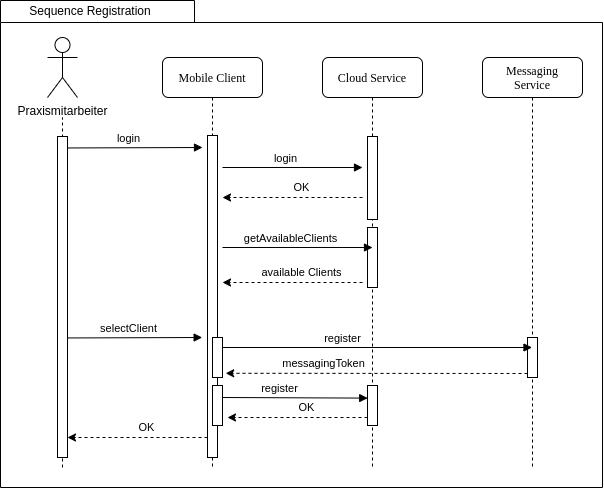
Before: src/graphics/diagramms/Sequence_Registration.png, a diagram exported from draw.io (jsvilling/IP6_Bachelorarbeit_Bericht_Cloudbasiertes_Praxisrufsystem). Source tidied: cells renumbered, new cells last; positions are measured from the earlier drawing's top-left corner, leaving out a move shared by most shapes.
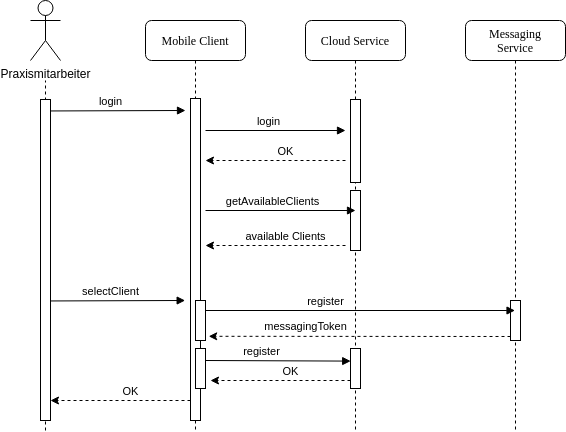
The same diagram one commit later.

What changed in the source:
```diff
@@ -2,9 +2,6 @@
   <root>
     <mxCell id="0" />
     <mxCell id="1" parent="0" />
-    <mxCell id="2" style="shape=folder;fontStyle=1;spacingTop=10;tabWidth=194;tabHeight=22;tabPosition=left;html=1;rounded=0;shadow=0;comic=0;labelBackgroundColor=none;strokeWidth=1;fillColor=none;fontFamily=Verdana;fontSize=10;align=center;" parent="1" vertex="1">
-      <mxGeometry width="602" height="487" as="geometry" />
-    </mxCell>
     <mxCell id="3" value="Mobile Client" style="shape=umlLifeline;perimeter=lifelinePerimeter;whiteSpace=wrap;html=1;rounded=1;shadow=0;comic=0;labelBackgroundColor=none;strokeWidth=1;fontFamily=Verdana;fontSize=12;align=center;" parent="1" vertex="1">
       <mxGeometry x="162" y="57" width="100" height="410" as="geometry" />
     </mxCell>
@@ -40,9 +37,6 @@
         <mxPoint x="1" y="-11" as="offset" />
       </mxGeometry>
     </mxCell>
-    <mxCell id="12" value="Sequence Registration" style="text;html=1;strokeColor=none;fillColor=none;align=center;verticalAlign=middle;whiteSpace=wrap;rounded=0;" parent="1" vertex="1">
-      <mxGeometry width="180" height="20" as="geometry" />
-    </mxCell>
     <mxCell id="13" style="endArrow=none;dashed=1;html=1;strokeWidth=1;startArrow=none;" parent="1" edge="1">
       <mxGeometry relative="1" as="geometry">
         <mxPoint x="62" y="467" as="sourcePoint" />
```
